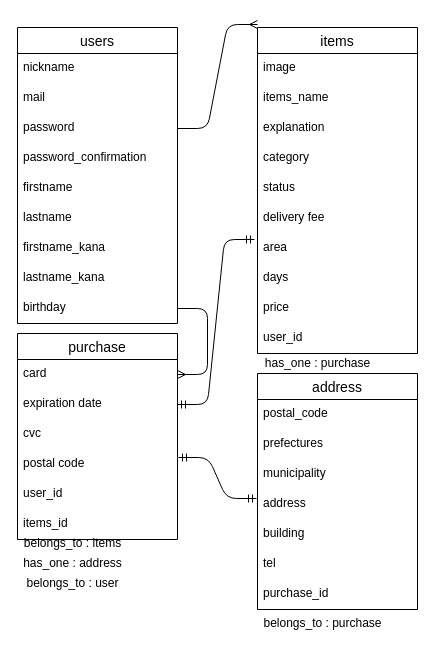
dsanrails/furima-22215 keeps this draw.io diagram as furima-22215.dio. Above is the earlier version. Source tidied: cells renumbered, new cells numbered last; positions are measured from the earlier drawing's top-left corner, leaving out a move shared by most shapes. Both pictures are drawn from the tidied source at 100%, with x=0, y=0 at pixel (17, 24).
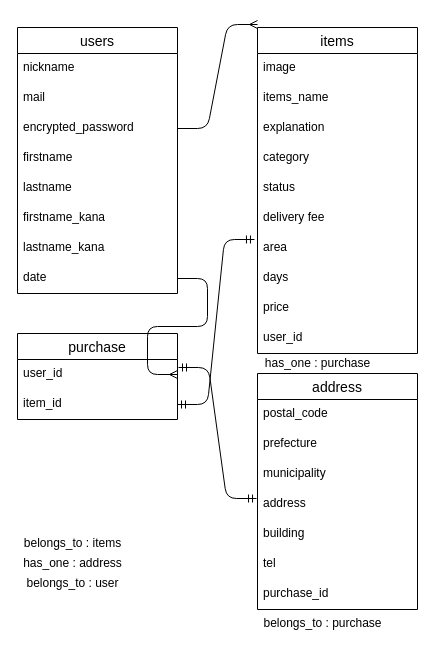
After the change.

Unchanged cells that the change refers to:
```xml
<mxCell id="2" value="address" style="swimlane;fontStyle=0;horizontal=1;startSize=26;align=center;fontSize=14;" parent="1" vertex="1">
  <mxGeometry x="240" y="349" width="160" height="236" as="geometry" />
</mxCell>
<mxCell id="6" value="address" style="text;strokeColor=none;fillColor=none;spacingLeft=4;spacingRight=4;overflow=hidden;points=[[0,0.5],[1,0.5]];portConstraint=eastwest;fontSize=12;" parent="2" vertex="1">
  <mxGeometry y="116" width="160" height="30" as="geometry" />
</mxCell>
<mxCell id="27" value="area" style="text;strokeColor=none;fillColor=none;spacingLeft=4;spacingRight=4;overflow=hidden;points=[[0,0.5],[1,0.5]];portConstraint=eastwest;fontSize=12;" parent="20" vertex="1">
  <mxGeometry y="206" width="160" height="30" as="geometry" />
</mxCell>
```

Change to the diagram source:
```diff
@@
-    <mxCell id="4" value="prefectures" style="text;strokeColor=none;fillColor=none;spacingLeft=4;spacingRight=4;overflow=hidden;fontSize=12;" parent="2" vertex="1">
+    <mxCell id="4" value="prefecture" style="text;strokeColor=none;fillColor=none;spacingLeft=4;spacingRight=4;overflow=hidden;fontSize=12;" parent="2" vertex="1">
       <mxGeometry y="56" width="160" height="30" as="geometry" />
     </mxCell>
@@
     <mxCell id="10" value="users" style="swimlane;fontStyle=0;horizontal=1;startSize=26;align=center;fontSize=14;" parent="1" vertex="1">
-      <mxGeometry y="3" width="160" height="296" as="geometry" />
+      <mxGeometry y="3" width="160" height="266" as="geometry" />
     </mxCell>
@@
-    <mxCell id="13" value="password" style="text;strokeColor=none;fillColor=none;spacingLeft=4;spacingRight=4;overflow=hidden;points=[[0,0.5],[1,0.5]];portConstraint=eastwest;fontSize=12;" parent="10" vertex="1">
+    <mxCell id="13" value="encrypted_password" style="text;strokeColor=none;fillColor=none;spacingLeft=4;spacingRight=4;overflow=hidden;points=[[0,0.5],[1,0.5]];portConstraint=eastwest;fontSize=12;" parent="10" vertex="1">
       <mxGeometry y="86" width="160" height="30" as="geometry" />
     </mxCell>
-    <mxCell id="14" value="password_confirmation" style="text;strokeColor=none;fillColor=none;spacingLeft=4;spacingRight=4;overflow=hidden;fontSize=12;" parent="10" vertex="1">
-      <mxGeometry y="116" width="160" height="30" as="geometry" />
-    </mxCell>
     <mxCell id="15" value="firstname" style="text;strokeColor=none;fillColor=none;spacingLeft=4;spacingRight=4;overflow=hidden;fontSize=12;" parent="10" vertex="1">
-      <mxGeometry y="146" width="160" height="30" as="geometry" />
+      <mxGeometry y="116" width="160" height="30" as="geometry" />
     </mxCell>
     <mxCell id="16" value="lastname" style="text;strokeColor=none;fillColor=none;spacingLeft=4;spacingRight=4;overflow=hidden;fontSize=12;" parent="10" vertex="1">
-      <mxGeometry y="176" width="160" height="30" as="geometry" />
+      <mxGeometry y="146" width="160" height="30" as="geometry" />
     </mxCell>
     <mxCell id="17" value="firstname_kana" style="text;strokeColor=none;fillColor=none;spacingLeft=4;spacingRight=4;overflow=hidden;fontSize=12;" parent="10" vertex="1">
-      <mxGeometry y="206" width="160" height="30" as="geometry" />
+      <mxGeometry y="176" width="160" height="30" as="geometry" />
     </mxCell>
     <mxCell id="18" value="lastname_kana" style="text;strokeColor=none;fillColor=none;spacingLeft=4;spacingRight=4;overflow=hidden;fontSize=12;" parent="10" vertex="1">
-      <mxGeometry y="236" width="160" height="30" as="geometry" />
+      <mxGeometry y="206" width="160" height="30" as="geometry" />
     </mxCell>
-    <mxCell id="19" value="birthday" style="text;strokeColor=none;fillColor=none;spacingLeft=4;spacingRight=4;overflow=hidden;points=[[0,0.5],[1,0.5]];portConstraint=eastwest;fontSize=12;" parent="10" vertex="1">
-      <mxGeometry y="266" width="160" height="30" as="geometry" />
+    <mxCell id="19" value="date" style="text;strokeColor=none;fillColor=none;spacingLeft=4;spacingRight=4;overflow=hidden;points=[[0,0.5],[1,0.5]];portConstraint=eastwest;fontSize=12;" parent="10" vertex="1">
+      <mxGeometry y="236" width="160" height="30" as="geometry" />
     </mxCell>
@@
     <mxCell id="31" value="purchase" style="swimlane;fontStyle=0;horizontal=1;startSize=26;align=center;fontSize=14;" parent="1" vertex="1">
-      <mxGeometry y="309" width="160" height="206" as="geometry" />
+      <mxGeometry y="309" width="160" height="86" as="geometry" />
     </mxCell>
-    <mxCell id="32" value="card" style="text;strokeColor=none;fillColor=none;spacingLeft=4;spacingRight=4;overflow=hidden;points=[[0,0.5],[1,0.5]];portConstraint=eastwest;fontSize=12;" parent="31" vertex="1">
-      <mxGeometry y="26" width="160" height="30" as="geometry" />
-    </mxCell>
-    <mxCell id="33" value="expiration date" style="text;strokeColor=none;fillColor=none;spacingLeft=4;spacingRight=4;overflow=hidden;points=[[0,0.5],[1,0.5]];portConstraint=eastwest;fontSize=12;" parent="31" vertex="1">
-      <mxGeometry y="56" width="160" height="30" as="geometry" />
-    </mxCell>
-    <mxCell id="34" value="cvc" style="text;strokeColor=none;fillColor=none;spacingLeft=4;spacingRight=4;overflow=hidden;fontSize=12;" parent="31" vertex="1">
-      <mxGeometry y="86" width="160" height="30" as="geometry" />
-    </mxCell>
-    <mxCell id="35" value="postal code" style="text;strokeColor=none;fillColor=none;spacingLeft=4;spacingRight=4;overflow=hidden;points=[[0,0.5],[1,0.5]];portConstraint=eastwest;fontSize=12;" parent="31" vertex="1">
-      <mxGeometry y="116" width="160" height="30" as="geometry" />
-    </mxCell>
     <mxCell id="36" value="user_id" style="text;strokeColor=none;fillColor=none;spacingLeft=4;spacingRight=4;overflow=hidden;fontSize=12;" parent="31" vertex="1">
-      <mxGeometry y="146" width="160" height="30" as="geometry" />
+      <mxGeometry y="26" width="160" height="30" as="geometry" />
     </mxCell>
-    <mxCell id="37" value="items_id" style="text;strokeColor=none;fillColor=none;spacingLeft=4;spacingRight=4;overflow=hidden;fontSize=12;" parent="31" vertex="1">
-      <mxGeometry y="176" width="160" height="30" as="geometry" />
+    <mxCell id="37" value="item_id" style="text;strokeColor=none;fillColor=none;spacingLeft=4;spacingRight=4;overflow=hidden;fontSize=12;" parent="31" vertex="1">
+      <mxGeometry y="56" width="160" height="30" as="geometry" />
     </mxCell>
@@
-    <mxCell id="39" style="edgeStyle=entityRelationEdgeStyle;fontSize=12;html=1;endArrow=ERmany;exitX=1;exitY=0.5;exitDx=0;exitDy=0;entryX=1;entryY=0.5;entryDx=0;entryDy=0;endFill=0;" parent="1" edge="1" source="19" target="32">
-      <mxGeometry relative="1" as="geometry" />
+    <mxCell id="39" style="edgeStyle=entityRelationEdgeStyle;fontSize=12;html=1;endArrow=ERmany;exitX=1;exitY=0.5;exitDx=0;exitDy=0;entryX=1;entryY=0.5;entryDx=0;entryDy=0;endFill=0;" parent="1" edge="1" source="19">
+      <mxGeometry relative="1" as="geometry">
+        <mxPoint x="160" y="350" as="targetPoint" />
+      </mxGeometry>
     </mxCell>
-    <mxCell id="40" style="edgeStyle=entityRelationEdgeStyle;fontSize=12;html=1;endArrow=ERmandOne;startArrow=ERmandOne;exitX=1;exitY=0.5;exitDx=0;exitDy=0;entryX=-0.019;entryY=0.2;entryDx=0;entryDy=0;entryPerimeter=0;" parent="1" edge="1" source="33" target="27">
-      <mxGeometry relative="1" as="geometry" />
+    <mxCell id="40" style="edgeStyle=entityRelationEdgeStyle;fontSize=12;html=1;endArrow=ERmandOne;startArrow=ERmandOne;exitX=1;exitY=0.5;exitDx=0;exitDy=0;entryX=-0.019;entryY=0.2;entryDx=0;entryDy=0;entryPerimeter=0;" parent="1" edge="1" target="27">
+      <mxGeometry relative="1" as="geometry">
+        <mxPoint x="160" y="380" as="sourcePoint" />
+      </mxGeometry>
     </mxCell>
@@
-    <mxCell id="43" style="edgeStyle=entityRelationEdgeStyle;fontSize=12;html=1;endArrow=ERmandOne;startArrow=ERmandOne;exitX=1.006;exitY=0.267;exitDx=0;exitDy=0;exitPerimeter=0;entryX=-0.006;entryY=0.3;entryDx=0;entryDy=0;entryPerimeter=0;" parent="1" edge="1" source="35" target="6">
-      <mxGeometry relative="1" as="geometry" />
+    <mxCell id="43" style="edgeStyle=entityRelationEdgeStyle;fontSize=12;html=1;endArrow=ERmandOne;startArrow=ERmandOne;exitX=1.006;exitY=0.267;exitDx=0;exitDy=0;exitPerimeter=0;entryX=-0.006;entryY=0.3;entryDx=0;entryDy=0;entryPerimeter=0;" parent="1" edge="1" target="6">
+      <mxGeometry relative="1" as="geometry">
+        <mxPoint x="161" y="343" as="sourcePoint" />
+      </mxGeometry>
     </mxCell>
```
